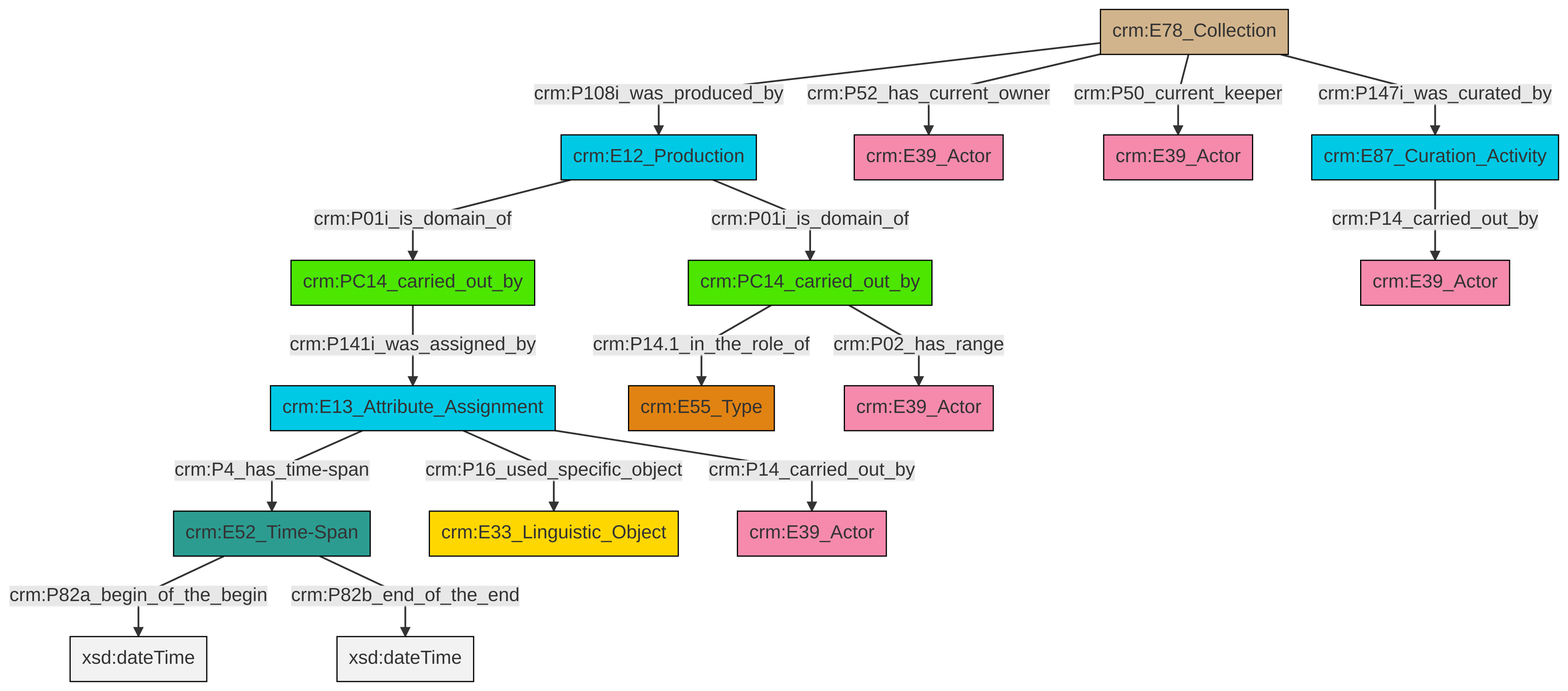
The Mermaid diagram et/archivalCSV/ttl/mmd/png/archival_relation.png in swiss-art-research-net/docs.swissartresearch, before a commit. Its source is kept beside it as et/archivalCSV/ttl/mmd/archival_relation.ttl.mmd.
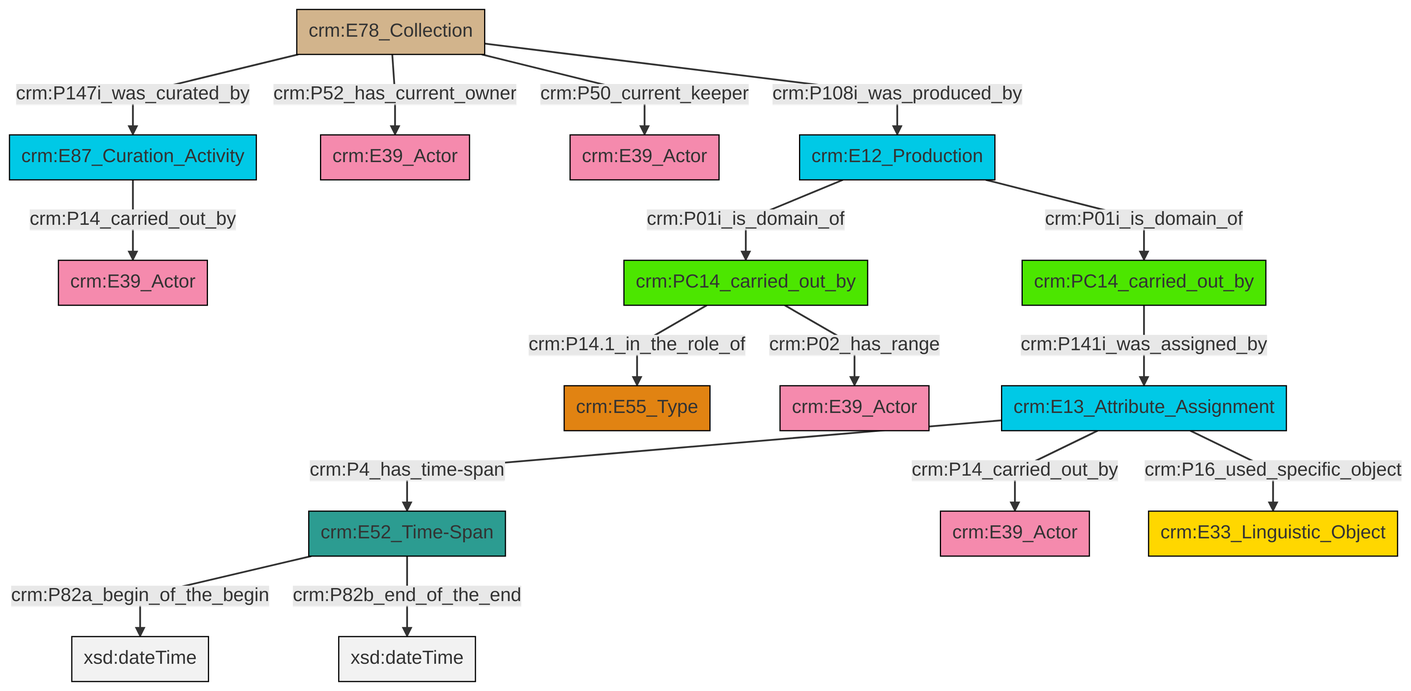
The same diagram one commit later.

Change to the diagram source:
```diff
@@ -13,18 +13,18 @@
 classDef PC_Classes fill:#4ce600, stroke:#000000;
 classDef Multi fill:#cccccc,stroke:#000000;
 
-2["crm:PC14_carried_out_by"]:::PC_Classes -->|crm:P14.1_in_the_role_of| 3["crm:E55_Type"]:::Type
-4["crm:PC14_carried_out_by"]:::PC_Classes -->|crm:P141i_was_assigned_by| 5["crm:E13_Attribute_Assignment"]:::Temporal_Entity
-9["crm:E52_Time-Span"]:::Time-Span -->|crm:P82a_begin_of_the_begin| 10[xsd:dateTime]:::Literal
-2["crm:PC14_carried_out_by"]:::PC_Classes -->|crm:P02_has_range| 19["crm:E39_Actor"]:::Actor
-17["crm:E78_Collection"]:::Physical_Thing -->|crm:P108i_was_produced_by| 15["crm:E12_Production"]:::Temporal_Entity
-15["crm:E12_Production"]:::Temporal_Entity -->|crm:P01i_is_domain_of| 4["crm:PC14_carried_out_by"]:::PC_Classes
-5["crm:E13_Attribute_Assignment"]:::Temporal_Entity -->|crm:P4_has_time-span| 9["crm:E52_Time-Span"]:::Time-Span
-17["crm:E78_Collection"]:::Physical_Thing -->|crm:P52_has_current_owner| 23["crm:E39_Actor"]:::Actor
-5["crm:E13_Attribute_Assignment"]:::Temporal_Entity -->|crm:P16_used_specific_object| 11["crm:E33_Linguistic_Object"]:::Conceptual_Object
-13["crm:E87_Curation_Activity"]:::Temporal_Entity -->|crm:P14_carried_out_by| 24["crm:E39_Actor"]:::Actor
-5["crm:E13_Attribute_Assignment"]:::Temporal_Entity -->|crm:P14_carried_out_by| 21["crm:E39_Actor"]:::Actor
-17["crm:E78_Collection"]:::Physical_Thing -->|crm:P50_current_keeper| 0["crm:E39_Actor"]:::Actor
-9["crm:E52_Time-Span"]:::Time-Span -->|crm:P82b_end_of_the_end| 29[xsd:dateTime]:::Literal
-17["crm:E78_Collection"]:::Physical_Thing -->|crm:P147i_was_curated_by| 13["crm:E87_Curation_Activity"]:::Temporal_Entity
-15["crm:E12_Production"]:::Temporal_Entity -->|crm:P01i_is_domain_of| 2["crm:PC14_carried_out_by"]:::PC_Classes
+0["crm:E78_Collection"]:::Physical_Thing -->|crm:P147i_was_curated_by| 1["crm:E87_Curation_Activity"]:::Temporal_Entity
+0["crm:E78_Collection"]:::Physical_Thing -->|crm:P52_has_current_owner| 2["crm:E39_Actor"]:::Actor
+3["crm:E52_Time-Span"]:::Time-Span -->|crm:P82a_begin_of_the_begin| 4[xsd:dateTime]:::Literal
+5["crm:PC14_carried_out_by"]:::PC_Classes -->|crm:P14.1_in_the_role_of| 6["crm:E55_Type"]:::Type
+7["crm:PC14_carried_out_by"]:::PC_Classes -->|crm:P141i_was_assigned_by| 8["crm:E13_Attribute_Assignment"]:::Temporal_Entity
+8["crm:E13_Attribute_Assignment"]:::Temporal_Entity -->|crm:P4_has_time-span| 3["crm:E52_Time-Span"]:::Time-Span
+12["crm:E12_Production"]:::Temporal_Entity -->|crm:P01i_is_domain_of| 5["crm:PC14_carried_out_by"]:::PC_Classes
+12["crm:E12_Production"]:::Temporal_Entity -->|crm:P01i_is_domain_of| 7["crm:PC14_carried_out_by"]:::PC_Classes
+3["crm:E52_Time-Span"]:::Time-Span -->|crm:P82b_end_of_the_end| 20[xsd:dateTime]:::Literal
+8["crm:E13_Attribute_Assignment"]:::Temporal_Entity -->|crm:P14_carried_out_by| 22["crm:E39_Actor"]:::Actor
+8["crm:E13_Attribute_Assignment"]:::Temporal_Entity -->|crm:P16_used_specific_object| 17["crm:E33_Linguistic_Object"]:::Conceptual_Object
+0["crm:E78_Collection"]:::Physical_Thing -->|crm:P50_current_keeper| 10["crm:E39_Actor"]:::Actor
+5["crm:PC14_carried_out_by"]:::PC_Classes -->|crm:P02_has_range| 23["crm:E39_Actor"]:::Actor
+0["crm:E78_Collection"]:::Physical_Thing -->|crm:P108i_was_produced_by| 12["crm:E12_Production"]:::Temporal_Entity
+1["crm:E87_Curation_Activity"]:::Temporal_Entity -->|crm:P14_carried_out_by| 15["crm:E39_Actor"]:::Actor
```
